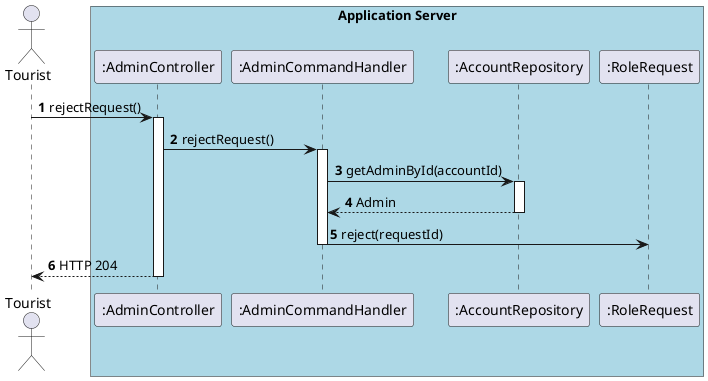
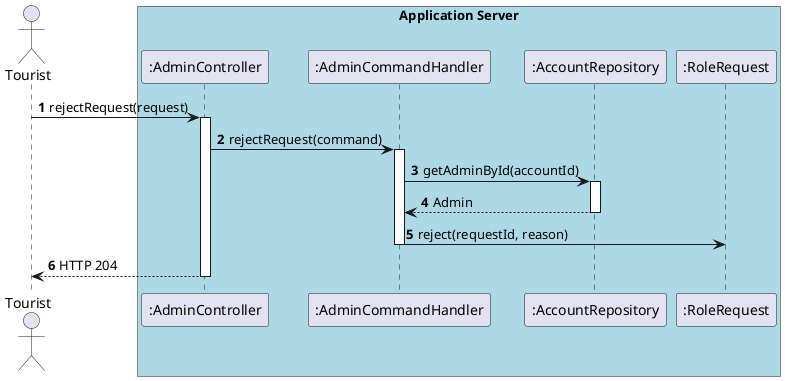
@startuml

autonumber

actor "Tourist" as tourist
box "Application Server" #LightBlue
    participant ":AdminController" as controller
    participant ":AdminCommandHandler" as handler
    participant ":AccountRepository" as accRepo
'    participant ":Admin" as act
    participant ":RoleRequest" as activeRecord
end box

- tourist -> controller : rejectRequest()
+ tourist -> controller : rejectRequest(request)
activate controller

- controller -> handler : rejectRequest()
+ controller -> handler : rejectRequest(command)
activate handler

handler -> accRepo : getAdminById(accountId)
activate accRepo
handler <-- accRepo : Admin
deactivate accRepo

'handler -> act : rejectRequest()
'activate act
'handler <-- act : true
'deactivate act

- handler -> activeRecord : reject(requestId)
+ handler -> activeRecord : reject(requestId, reason)
deactivate handler

controller --> tourist : HTTP 204
deactivate controller

@enduml